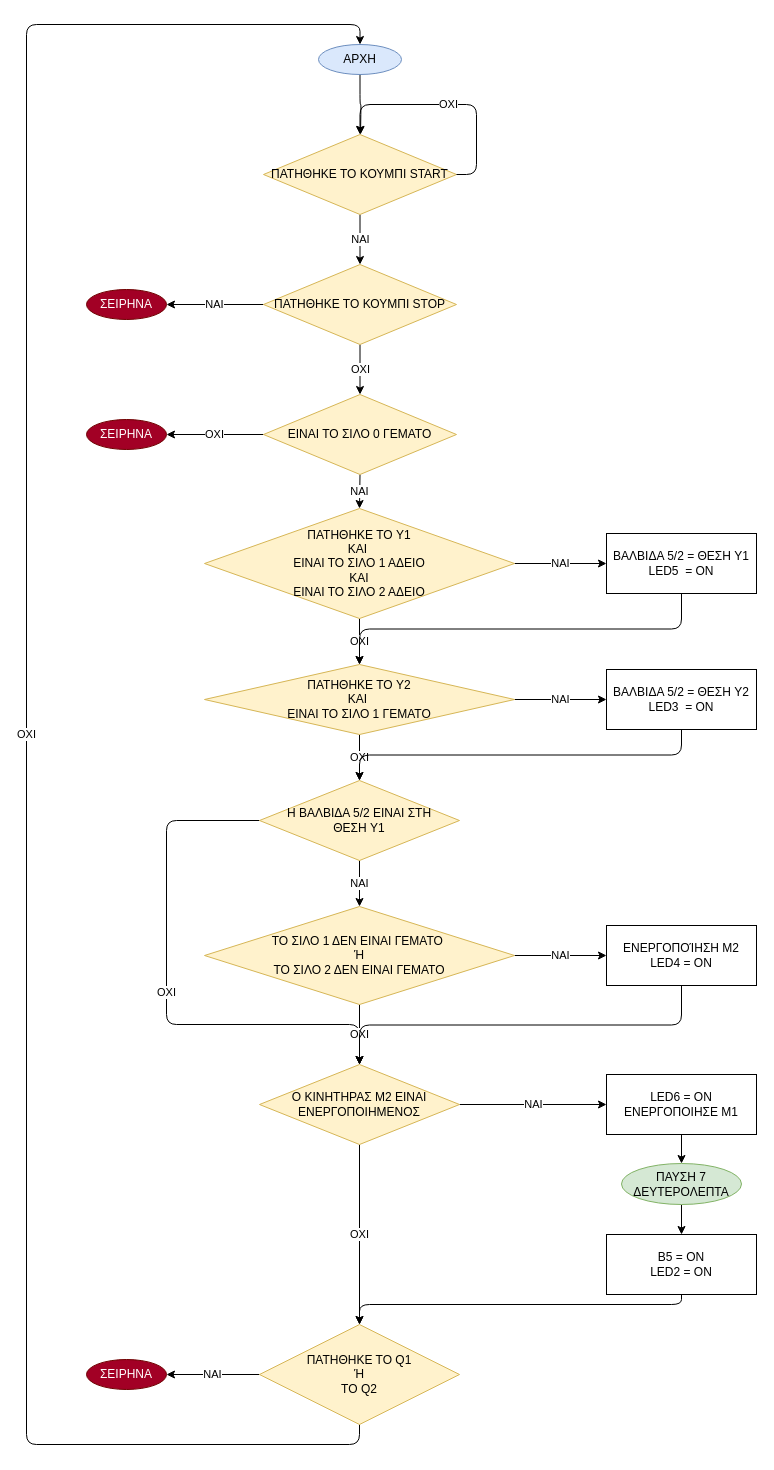
The draw.io diagram draw.io/simplified.drawio in akdimitri/Microprocessors-and-Peripherals-Lab-Project, before the edit. Source tidied: cells renumbered, new cells numbered last; positions are measured from the earlier drawing's top-left corner, leaving out a move shared by most shapes. Both pictures are drawn from the tidied source at 100%, with x=0, y=0 at pixel (26, 24).
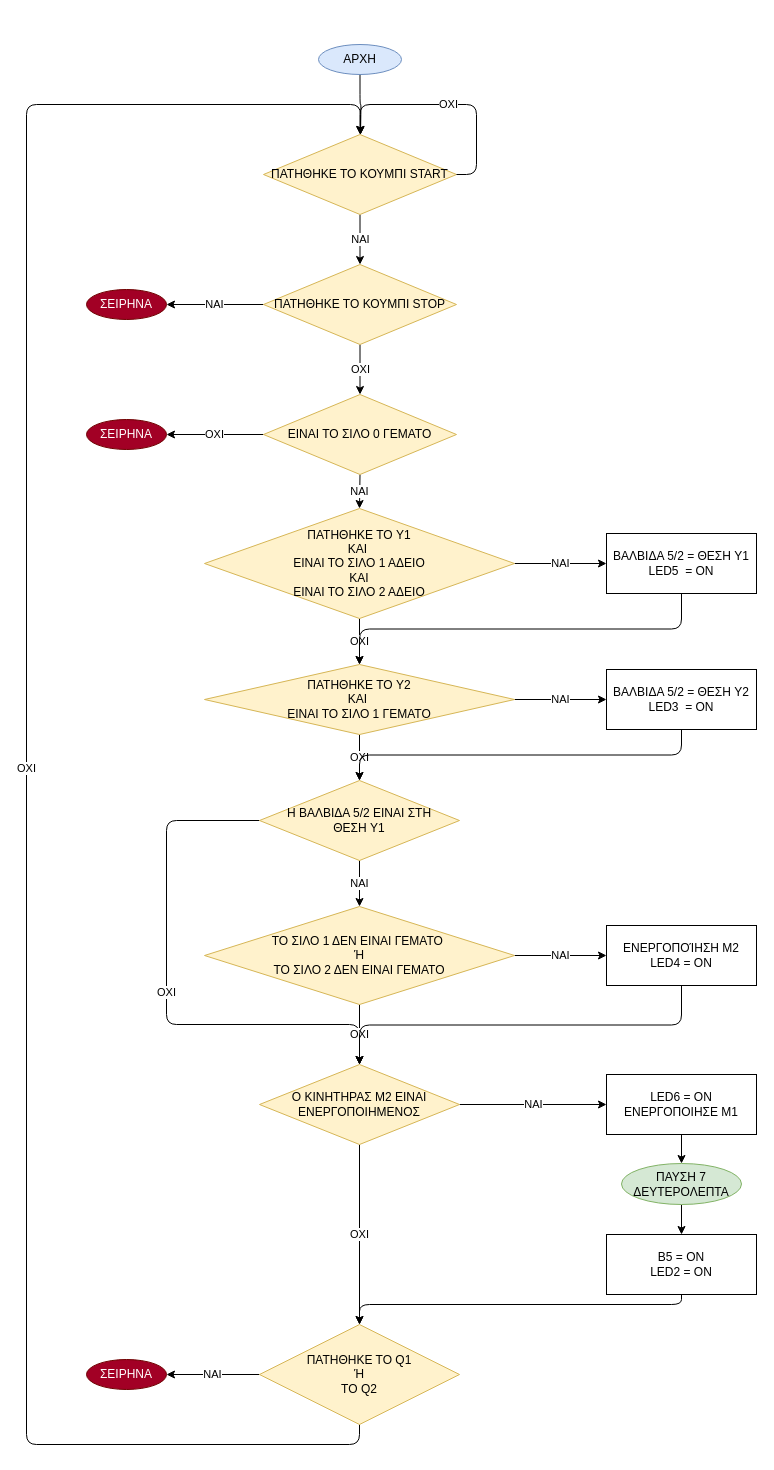
The same diagram, later.

The change refers to these unchanged cells:
```xml
<mxCell id="3" value="ΠΑΤΗΘΗΚΕ ΤΟ ΚΟΥΜΠΙ START" style="rhombus;whiteSpace=wrap;html=1;fillColor=#fff2cc;strokeColor=#d6b656;" parent="1" vertex="1">
  <mxGeometry x="237" y="110" width="193" height="80" as="geometry" />
</mxCell>
<mxCell id="9" value="ΑΡΧΗ" style="ellipse;whiteSpace=wrap;html=1;fillColor=#dae8fc;strokeColor=#6c8ebf;" parent="1" vertex="1">
  <mxGeometry x="292" y="20" width="83" height="30" as="geometry" />
</mxCell>
<mxCell id="44" value="ΠΑΤΗΘΗΚΕ ΤΟ Q1&lt;br&gt;Ή&lt;br&gt;ΤΟ Q2&lt;br&gt;" style="rhombus;whiteSpace=wrap;html=1;fillColor=#fff2cc;strokeColor=#d6b656;" parent="1" vertex="1">
  <mxGeometry x="233" y="1300" width="200" height="100" as="geometry" />
</mxCell>
```

What changed in the source:
```diff
@@
-    <mxCell id="43" value="ΟΧΙ" style="edgeStyle=orthogonalEdgeStyle;rounded=1;jettySize=auto;html=1;exitX=0.5;exitY=1;exitDx=0;exitDy=0;entryX=0.5;entryY=0;entryDx=0;entryDy=0;" parent="1" edge="1" source="44" target="9">
+    <mxCell id="43" value="ΟΧΙ" style="edgeStyle=orthogonalEdgeStyle;rounded=1;jettySize=auto;html=1;exitX=0.5;exitY=1;exitDx=0;exitDy=0;" parent="1" edge="1" source="44" target="3">
       <mxGeometry relative="1" as="geometry">
         <Array as="points">
           <mxPoint x="333" y="1420" />
           <mxPoint y="1420" />
-          <mxPoint />
-          <mxPoint x="334" />
+          <mxPoint y="80" />
+          <mxPoint x="334" y="80" />
         </Array>
       </mxGeometry>
     </mxCell>
```
